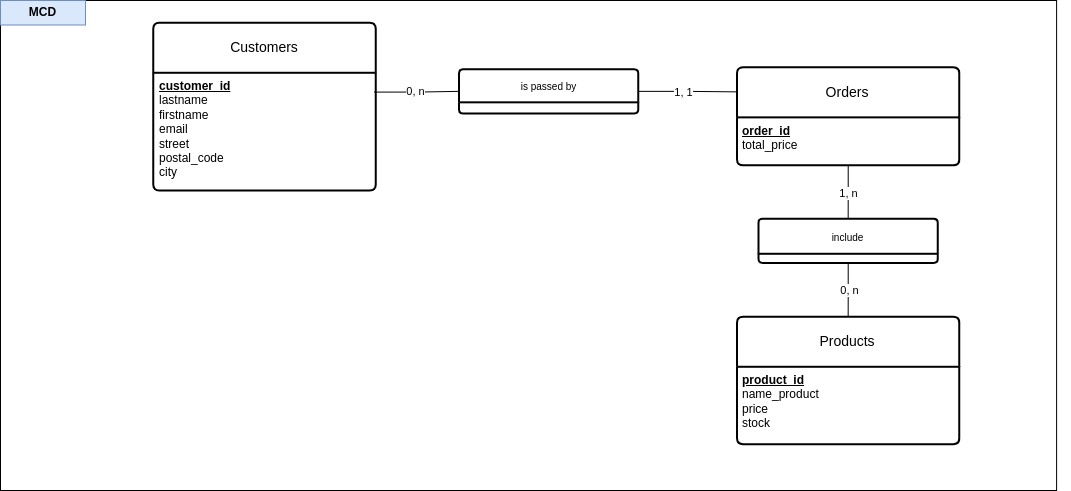
Earlier version of the draw.io export doc/Merise/TP-MERISE-MCD.drawio.png (Huriaux/template-repository). Source tidied: cells renumbered, new cells last; positions are measured from the earlier drawing's top-left corner, leaving out a move shared by most shapes.
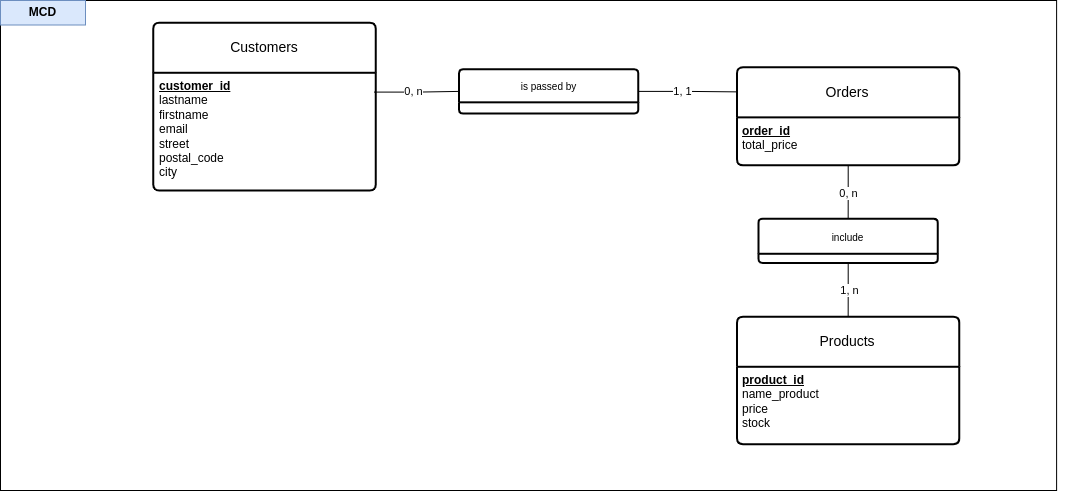
The same file after the commit.

Commit message:
chore(MERISE): modification image MCD and MLD

The edit, as a diff of the source:
```diff
@@ -51,7 +51,7 @@
     <mxCell id="16" style="edgeStyle=orthogonalEdgeStyle;rounded=0;jettySize=auto;html=1;entryX=0.5;entryY=0;entryDx=0;entryDy=0;endArrow=none;endFill=0;" parent="2" edge="1" source="18" target="11">
       <mxGeometry relative="1" as="geometry" />
     </mxCell>
-    <mxCell id="17" value="0, n" style="edgeLabel;html=1;align=center;verticalAlign=middle;" parent="16" vertex="1">
+    <mxCell id="17" value="1, n" style="edgeLabel;html=1;align=center;verticalAlign=middle;" parent="16" vertex="1">
       <mxGeometry x="-0.02" y="2" relative="1" as="geometry">
         <mxPoint x="-1" as="offset" />
       </mxGeometry>
@@ -62,7 +62,7 @@
     <mxCell id="19" style="edgeStyle=orthogonalEdgeStyle;rounded=0;jettySize=auto;html=1;entryX=0.5;entryY=0;entryDx=0;entryDy=0;endArrow=none;endFill=0;" parent="2" edge="1" source="10" target="18">
       <mxGeometry relative="1" as="geometry" />
     </mxCell>
-    <mxCell id="20" value="1, n" style="edgeLabel;html=1;align=center;verticalAlign=middle;" parent="19" vertex="1">
+    <mxCell id="20" value="0, n" style="edgeLabel;html=1;align=center;verticalAlign=middle;" parent="19" vertex="1">
       <mxGeometry x="0.04" y="1" relative="1" as="geometry">
         <mxPoint x="-1" as="offset" />
       </mxGeometry>
```
